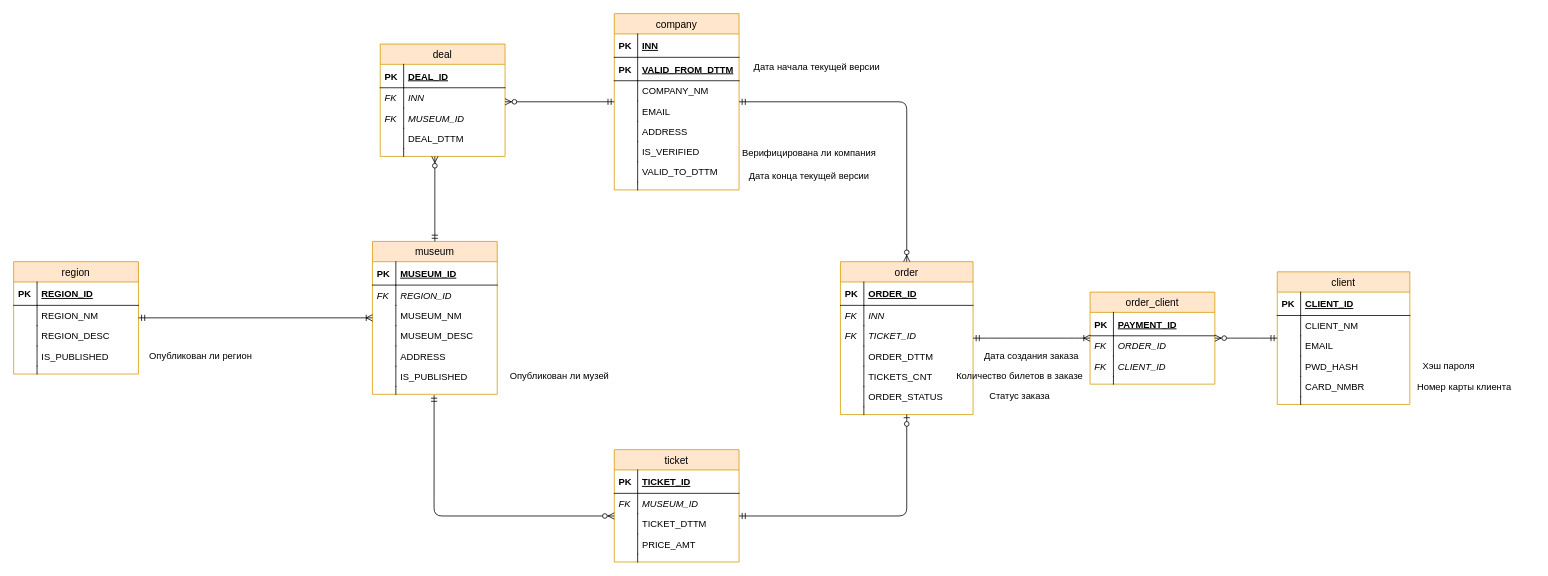
The draw.io diagram LogicalModel.drawio in romanovsavelij/DatabaseCoursePractice, before the edit. Source tidied: cells renumbered, new cells numbered last; positions are measured from the earlier drawing's top-left corner, leaving out a move shared by most shapes. Both pictures are drawn from the tidied source at 78%, with x=0, y=0 at pixel (13, 13).
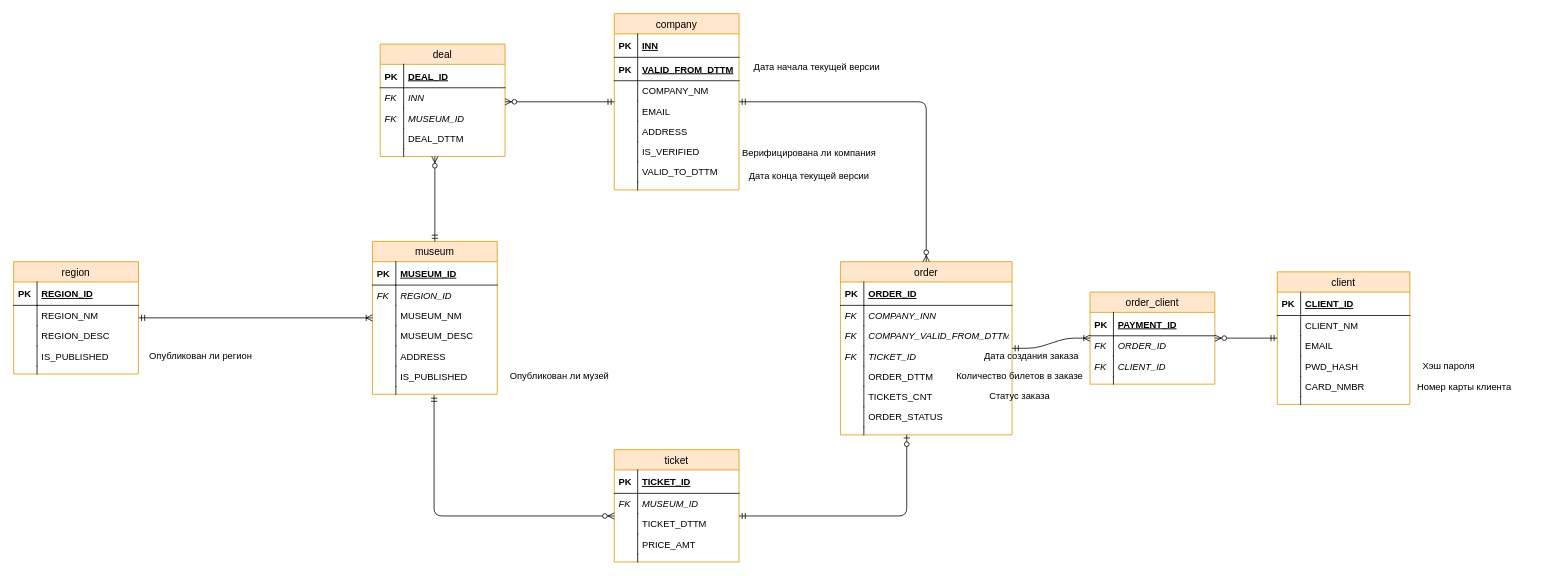
The same diagram, later.

What changed in the source:
```diff
@@
     <mxCell id="57" value="order" style="swimlane;fontStyle=0;horizontal=1;startSize=26;fillColor=#ffe6cc;swimlaneFillColor=#ffffff;align=center;strokeWidth=1;fontSize=13;strokeColor=#d79b00;" parent="1" vertex="1">
-      <mxGeometry x="1060" y="318" width="170" height="196" as="geometry" />
+      <mxGeometry x="1060" y="318" width="220" height="222" as="geometry" />
     </mxCell>
     <mxCell id="58" value="ORDER_ID" style="shape=partialRectangle;top=0;left=0;right=0;bottom=1;align=left;verticalAlign=middle;fillColor=none;spacingLeft=34;spacingRight=4;overflow=hidden;fontStyle=5;" parent="57" vertex="1">
-      <mxGeometry y="26" width="170" height="30" as="geometry" />
+      <mxGeometry y="26" width="220" height="30" as="geometry" />
     </mxCell>
@@
-    <mxCell id="60" value="INN" style="shape=partialRectangle;top=0;left=0;right=0;bottom=0;align=left;verticalAlign=top;fillColor=none;spacingLeft=34;spacingRight=4;overflow=hidden;fontStyle=2;" parent="57" vertex="1">
-      <mxGeometry y="56" width="170" height="26" as="geometry" />
+    <mxCell id="60" value="COMPANY_INN" style="shape=partialRectangle;top=0;left=0;right=0;bottom=0;align=left;verticalAlign=top;fillColor=none;spacingLeft=34;spacingRight=4;overflow=hidden;fontStyle=2;" parent="57" vertex="1">
+      <mxGeometry y="56" width="220" height="26" as="geometry" />
     </mxCell>
@@
+    <mxCell id="122" value="COMPANY_VALID_FROM_DTTM" style="shape=partialRectangle;top=0;left=0;right=0;bottom=0;align=left;verticalAlign=top;fillColor=none;spacingLeft=34;spacingRight=4;overflow=hidden;fontStyle=2;" parent="57" vertex="1">
+      <mxGeometry y="82" width="220" height="26" as="geometry" />
+    </mxCell>
+    <mxCell id="123" value="FK" style="shape=partialRectangle;top=0;left=0;bottom=0;fillColor=none;align=left;verticalAlign=top;spacingLeft=4;spacingRight=4;overflow=hidden;fontStyle=2;" parent="122" vertex="1">
+      <mxGeometry width="30" height="26" as="geometry" />
+    </mxCell>
     <mxCell id="62" value="TICKET_ID" style="shape=partialRectangle;top=0;left=0;right=0;bottom=0;align=left;verticalAlign=top;fillColor=none;spacingLeft=34;spacingRight=4;overflow=hidden;fontStyle=2;" parent="57" vertex="1">
-      <mxGeometry y="82" width="170" height="26" as="geometry" />
+      <mxGeometry y="108" width="220" height="26" as="geometry" />
     </mxCell>
@@
     <mxCell id="64" value="ORDER_DTTM" style="shape=partialRectangle;top=0;left=0;right=0;bottom=0;align=left;verticalAlign=top;fillColor=none;spacingLeft=34;spacingRight=4;overflow=hidden;" parent="57" vertex="1">
-      <mxGeometry y="108" width="170" height="26" as="geometry" />
+      <mxGeometry y="134" width="220" height="26" as="geometry" />
     </mxCell>
@@
     <mxCell id="66" value="TICKETS_CNT" style="shape=partialRectangle;top=0;left=0;right=0;bottom=0;align=left;verticalAlign=top;fillColor=none;spacingLeft=34;spacingRight=4;overflow=hidden;" parent="57" vertex="1">
-      <mxGeometry y="134" width="170" height="26" as="geometry" />
+      <mxGeometry y="160" width="220" height="26" as="geometry" />
     </mxCell>
@@
     <mxCell id="68" value="ORDER_STATUS" style="shape=partialRectangle;top=0;left=0;right=0;bottom=0;align=left;verticalAlign=top;fillColor=none;spacingLeft=34;spacingRight=4;overflow=hidden;" parent="57" vertex="1">
-      <mxGeometry y="160" width="170" height="26" as="geometry" />
+      <mxGeometry y="186" width="220" height="26" as="geometry" />
     </mxCell>
@@
     <mxCell id="70" style="shape=partialRectangle;top=0;left=0;right=0;bottom=0;align=left;verticalAlign=top;fillColor=none;spacingLeft=34;spacingRight=4;overflow=hidden;points=[[0,0.5],[1,0.5]];portConstraint=eastwest;" parent="57" vertex="1">
-      <mxGeometry y="186" width="170" height="10" as="geometry" />
+      <mxGeometry y="212" width="220" height="10" as="geometry" />
     </mxCell>
```
